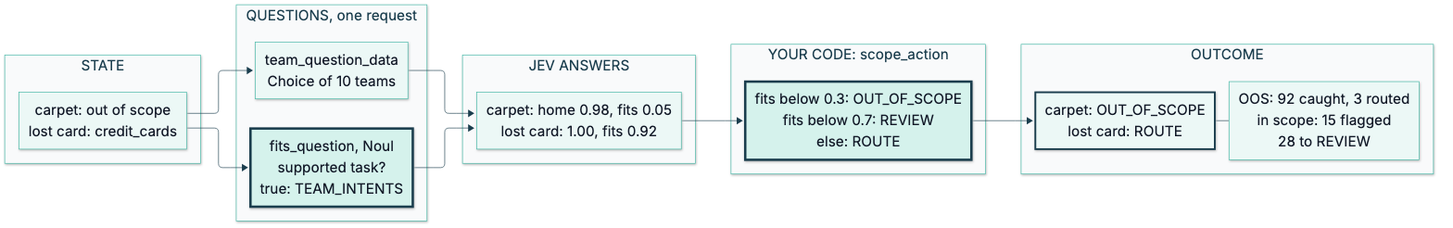
The Mermaid diagram course/diagrams/module_03/p2-solution-companion-noul.png in axel-sirota/getting_started_jev, before a commit. Its source is kept beside it as course/diagrams/module_03/p2-solution-companion-noul.mmd. Source of this version:
```mermaid
%%{init: {"theme": "base", "themeVariables": {"fontFamily": "Inter, sans-serif", "primaryColor": "#ECF8F6", "primaryBorderColor": "#40B8A6", "primaryTextColor": "#111827", "lineColor": "#1A3D4D", "secondaryColor": "#F9FAFB", "tertiaryColor": "#FFFFFF", "clusterBkg": "#F9FAFB", "clusterBorder": "#D1D5DB", "actorBkg": "#ECF8F6", "actorBorder": "#40B8A6", "noteBkgColor": "#FFF6DA", "noteBorderColor": "#E0B84C"}}}%%
flowchart LR
  subgraph STATE["STATE"]
    S["carpet: out of scope<br/>lost card: credit_cards"]
  end
  subgraph QUESTIONS["QUESTIONS, one request"]
    Q1["team_question_data<br/>Choice of 10 teams"]
    Q2["fits_question, Noul<br/>supported task?<br/>true: TEAM_INTENTS"]
  end
  subgraph ANSWERS["JEV ANSWERS"]
    A["carpet: home 0.98, fits 0.05<br/>lost card: 1.00, fits 0.92"]
  end
  subgraph CODE["YOUR CODE: scope_action"]
    C["fits below 0.3: OUT_OF_SCOPE<br/>fits below 0.7: REVIEW<br/>else: ROUTE"]
  end
  subgraph OUTCOME["OUTCOME"]
    O["carpet: OUT_OF_SCOPE<br/>lost card: ROUTE"]
    R["OOS: 92 caught, 3 routed<br/>in scope: 15 flagged<br/>28 to REVIEW"]
  end
  S --> Q1 --> A
  S --> Q2 --> A
  A --> C --> O
  O --- R

  classDef fail fill:#FDECEA,stroke:#B42318,stroke-width:4px
  classDef changed fill:#D5F2EC,stroke:#1A3D4D,stroke-width:4px
  classDef ok fill:#ECF8F6,stroke:#1A3D4D,stroke-width:3px
  class Q2 changed
  class C changed
  class O ok
```
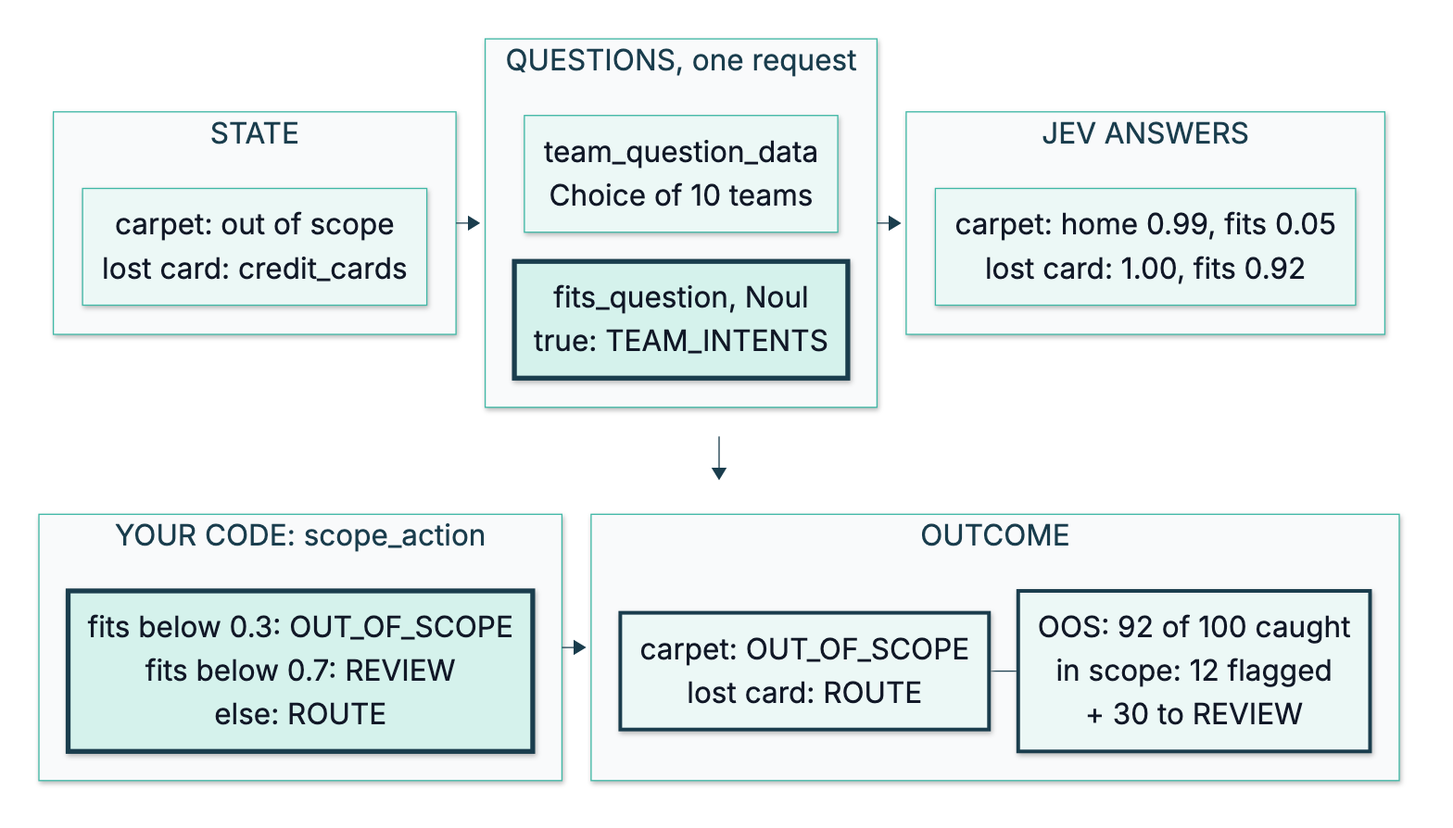
After the commit.

Diff of the diagram source:
```diff
@@ -1,30 +1,43 @@
 %%{init: {"theme": "base", "themeVariables": {"fontFamily": "Inter, sans-serif", "primaryColor": "#ECF8F6", "primaryBorderColor": "#40B8A6", "primaryTextColor": "#111827", "lineColor": "#1A3D4D", "secondaryColor": "#F9FAFB", "tertiaryColor": "#FFFFFF", "clusterBkg": "#F9FAFB", "clusterBorder": "#D1D5DB", "actorBkg": "#ECF8F6", "actorBorder": "#40B8A6", "noteBkgColor": "#FFF6DA", "noteBorderColor": "#E0B84C"}}}%%
-flowchart LR
-  subgraph STATE["STATE"]
-    S["carpet: out of scope<br/>lost card: credit_cards"]
+flowchart TB
+  subgraph ROW1[" "]
+    direction LR
+    subgraph STATE["STATE"]
+      S["carpet: out of scope<br/>lost card: credit_cards"]
+    end
+    subgraph QUESTIONS["QUESTIONS, one request"]
+      direction TB
+      Q1["team_question_data<br/>Choice of 10 teams"]
+      Q2["fits_question, Noul<br/>true: TEAM_INTENTS"]
+      Q1 ~~~ Q2
+    end
+    subgraph ANSWERS["JEV ANSWERS"]
+      A["carpet: home 0.99, fits 0.05<br/>lost card: 1.00, fits 0.92"]
+    end
+    STATE --> QUESTIONS --> ANSWERS
   end
-  subgraph QUESTIONS["QUESTIONS, one request"]
-    Q1["team_question_data<br/>Choice of 10 teams"]
-    Q2["fits_question, Noul<br/>supported task?<br/>true: TEAM_INTENTS"]
+  subgraph ROW2[" "]
+    direction LR
+    subgraph CODE["YOUR CODE: scope_action"]
+      C["fits below 0.3: OUT_OF_SCOPE<br/>fits below 0.7: REVIEW<br/>else: ROUTE"]
+    end
+    subgraph OUTCOME["OUTCOME"]
+      O["carpet: OUT_OF_SCOPE<br/>lost card: ROUTE"]
+      R["OOS: 92 of 100 caught<br/>in scope: 12 flagged<br/>+ 30 to REVIEW"]
+      O --- R
+    end
+    CODE --> OUTCOME
   end
-  subgraph ANSWERS["JEV ANSWERS"]
-    A["carpet: home 0.98, fits 0.05<br/>lost card: 1.00, fits 0.92"]
-  end
-  subgraph CODE["YOUR CODE: scope_action"]
-    C["fits below 0.3: OUT_OF_SCOPE<br/>fits below 0.7: REVIEW<br/>else: ROUTE"]
-  end
-  subgraph OUTCOME["OUTCOME"]
-    O["carpet: OUT_OF_SCOPE<br/>lost card: ROUTE"]
-    R["OOS: 92 caught, 3 routed<br/>in scope: 15 flagged<br/>28 to REVIEW"]
-  end
-  S --> Q1 --> A
-  S --> Q2 --> A
-  A --> C --> O
-  O --- R
+  ROW1 --> ROW2
 
   classDef fail fill:#FDECEA,stroke:#B42318,stroke-width:4px
   classDef changed fill:#D5F2EC,stroke:#1A3D4D,stroke-width:4px
   classDef ok fill:#ECF8F6,stroke:#1A3D4D,stroke-width:3px
+  classDef muted fill:#F3F4F6,stroke:#9CA3AF,stroke-width:2px,color:#6B7280
+  classDef human fill:#FFF6DA,stroke:#E0B84C,stroke-width:3px
+  style ROW1 fill:none,stroke:none
+  style ROW2 fill:none,stroke:none
   class Q2 changed
   class C changed
   class O ok
+  class R ok
```
